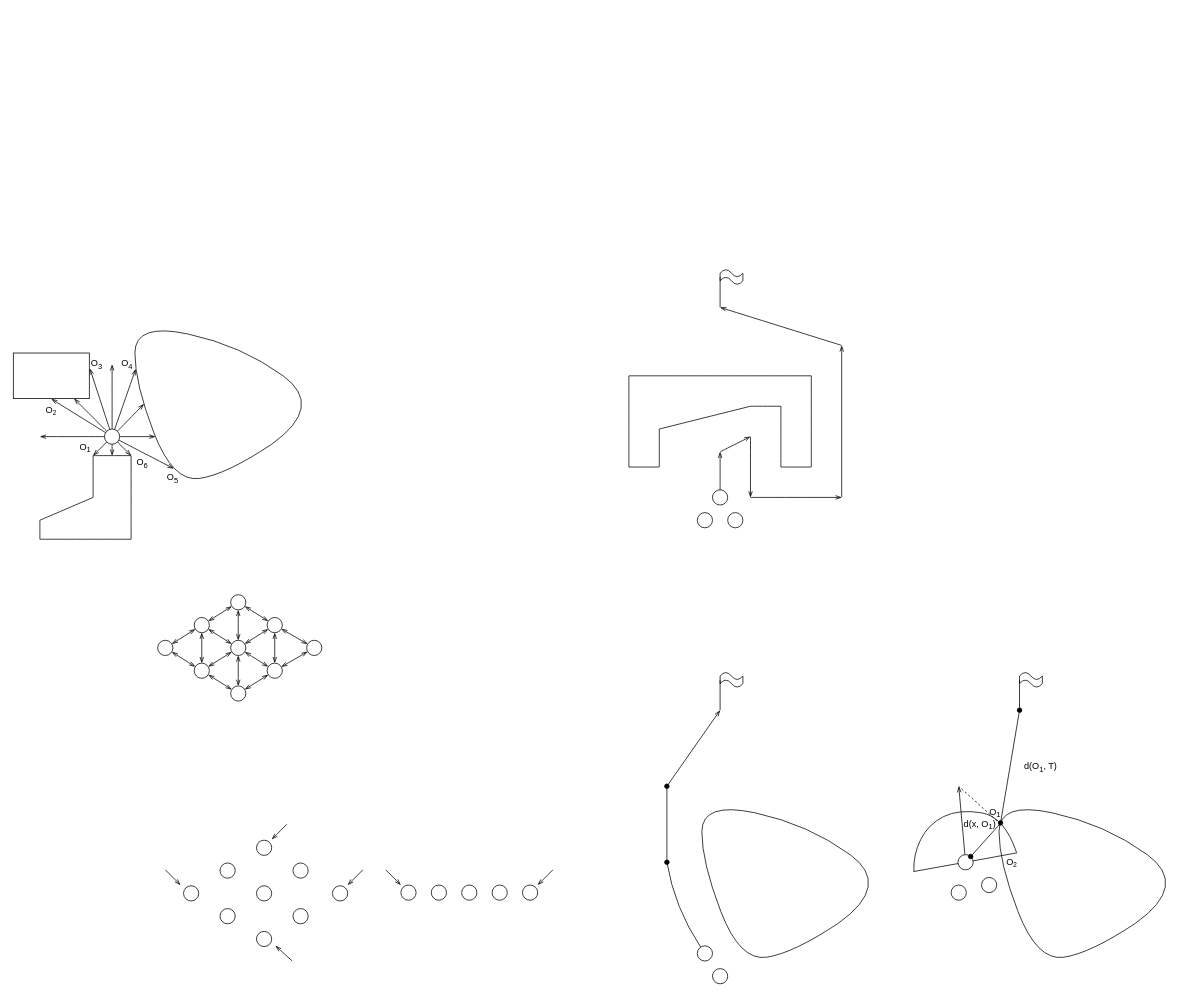
Before: images.drawio in siberfrost/swarm-control-system, a draw.io diagram. Source tidied: cells renumbered, new cells numbered last; positions are measured from the earlier drawing's top-left corner, leaving out a move shared by most shapes. Both pictures are drawn from the tidied source at 76%, with x=0, y=0 at pixel (13, 269).
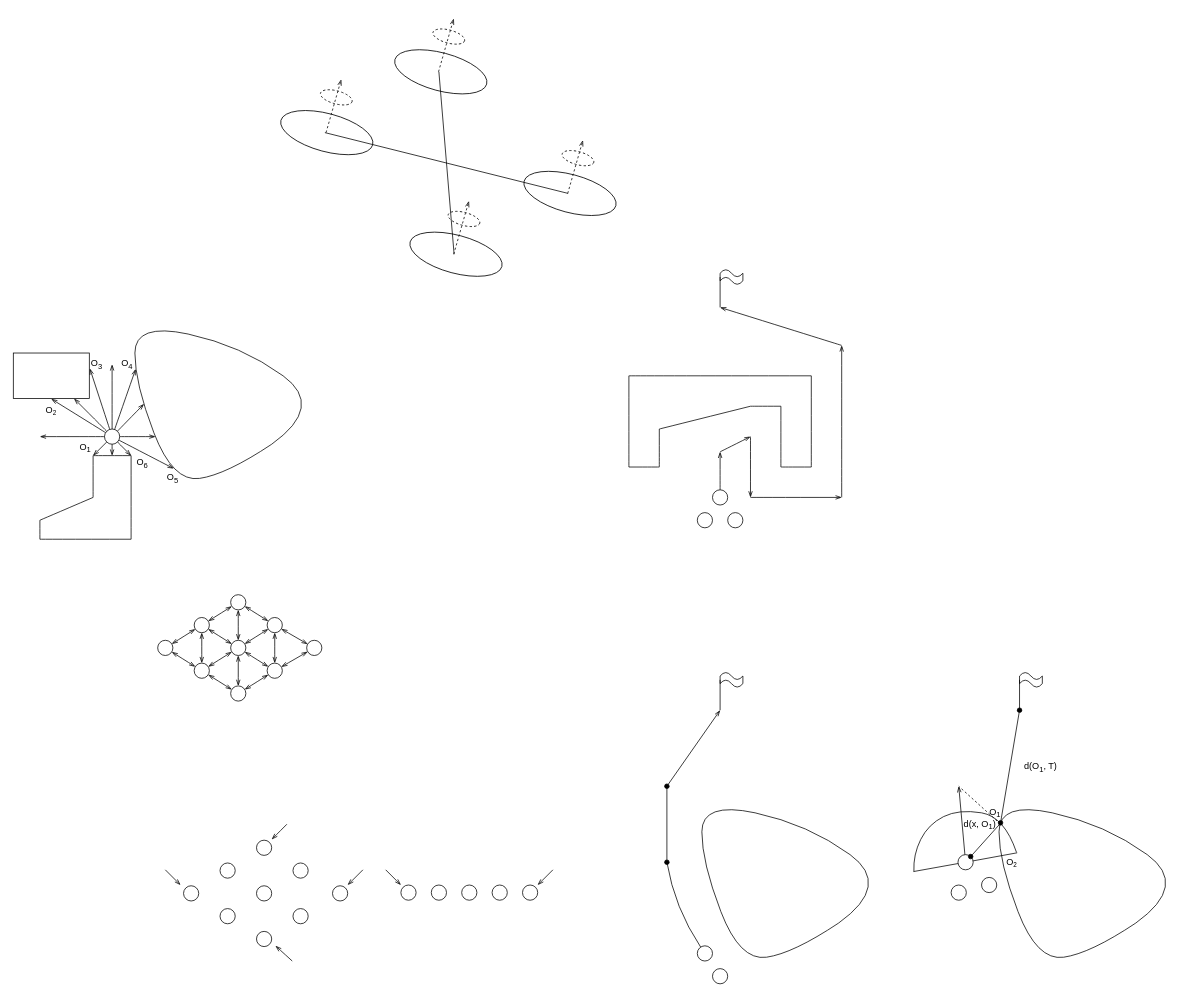
The same diagram, later.

What changed in the source:
```diff
@@
+    <mxCell id="123" style="endArrow=none;html=1;rounded=0;" parent="1" edge="1">
+      <mxGeometry relative="1" as="geometry">
+        <mxPoint x="410" y="-180" as="sourcePoint" />
+        <mxPoint x="730" y="-100" as="targetPoint" />
+      </mxGeometry>
+    </mxCell>
+    <mxCell id="124" style="ellipse;whiteSpace=wrap;html=1;fillColor=none;rotation=15;" parent="1" vertex="1">
+      <mxGeometry x="350" y="-205" width="125" height="50" as="geometry" />
+    </mxCell>
+    <mxCell id="125" style="endArrow=none;html=1;rounded=0;" parent="1" edge="1">
+      <mxGeometry relative="1" as="geometry">
+        <mxPoint x="560" y="-260" as="sourcePoint" />
+        <mxPoint x="580" y="-20" as="targetPoint" />
+      </mxGeometry>
+    </mxCell>
+    <mxCell id="126" style="ellipse;whiteSpace=wrap;html=1;fillColor=none;rotation=15;" parent="1" vertex="1">
+      <mxGeometry x="670" y="-125" width="125" height="50" as="geometry" />
+    </mxCell>
+    <mxCell id="127" style="ellipse;whiteSpace=wrap;html=1;fillColor=none;rotation=15;" parent="1" vertex="1">
+      <mxGeometry x="500" y="-285" width="125" height="50" as="geometry" />
+    </mxCell>
+    <mxCell id="128" style="ellipse;whiteSpace=wrap;html=1;fillColor=none;rotation=15;" parent="1" vertex="1">
+      <mxGeometry x="520" y="-45" width="125" height="50" as="geometry" />
+    </mxCell>
+    <mxCell id="129" style="group;" parent="1" vertex="1">
+      <mxGeometry x="720" y="-170" width="46" height="70" as="geometry" />
+    </mxCell>
+    <mxCell id="130" style="endArrow=openThin;dashed=1;html=1;rounded=0;endFill=0;" parent="129" edge="1">
+      <mxGeometry relative="1" as="geometry">
+        <mxPoint x="9.5" y="70" as="sourcePoint" />
+        <mxPoint x="29.5" as="targetPoint" />
+      </mxGeometry>
+    </mxCell>
+    <mxCell id="131" style="ellipse;whiteSpace=wrap;html=1;fillColor=none;rotation=15;dashed=1;" parent="129" vertex="1">
+      <mxGeometry x="1.5" y="15" width="43" height="17.2" as="geometry" />
+    </mxCell>
+    <mxCell id="132" style="group;" parent="1" vertex="1">
+      <mxGeometry x="550" y="-330" width="46" height="70" as="geometry" />
+    </mxCell>
+    <mxCell id="133" style="endArrow=openThin;dashed=1;html=1;rounded=0;endFill=0;" parent="132" edge="1">
+      <mxGeometry relative="1" as="geometry">
+        <mxPoint x="9.5" y="70" as="sourcePoint" />
+        <mxPoint x="29.5" as="targetPoint" />
+      </mxGeometry>
+    </mxCell>
+    <mxCell id="134" style="ellipse;whiteSpace=wrap;html=1;fillColor=none;rotation=15;dashed=1;" parent="132" vertex="1">
+      <mxGeometry x="1.5" y="15" width="43" height="17.2" as="geometry" />
+    </mxCell>
+    <mxCell id="135" style="group;" parent="1" vertex="1">
+      <mxGeometry x="570" y="-90" width="46" height="70" as="geometry" />
+    </mxCell>
+    <mxCell id="136" style="endArrow=openThin;dashed=1;html=1;rounded=0;endFill=0;" parent="135" edge="1">
+      <mxGeometry relative="1" as="geometry">
+        <mxPoint x="9.5" y="70" as="sourcePoint" />
+        <mxPoint x="29.5" as="targetPoint" />
+      </mxGeometry>
+    </mxCell>
+    <mxCell id="137" style="ellipse;whiteSpace=wrap;html=1;fillColor=none;rotation=15;dashed=1;" parent="135" vertex="1">
+      <mxGeometry x="1.5" y="15" width="43" height="17.2" as="geometry" />
+    </mxCell>
+    <mxCell id="138" style="endArrow=openThin;dashed=1;html=1;rounded=0;endFill=0;" parent="1" edge="1">
+      <mxGeometry relative="1" as="geometry">
+        <mxPoint x="411.5" y="-180" as="sourcePoint" />
+        <mxPoint x="431.5" y="-250" as="targetPoint" />
+      </mxGeometry>
+    </mxCell>
+    <mxCell id="139" style="ellipse;whiteSpace=wrap;html=1;fillColor=none;rotation=15;dashed=1;" parent="1" vertex="1">
+      <mxGeometry x="403.5" y="-235" width="43" height="17.2" as="geometry" />
+    </mxCell>
```
